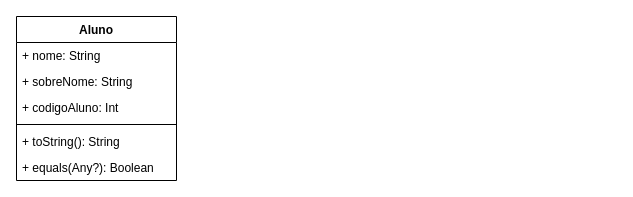
Earlier version of the draw.io diagram DesafioKotlinUML.drawio (mtrindade8/DesafioKotlin_DigitalHouseMobile). Source tidied: cells renumbered, new cells numbered last; positions are measured from the earlier drawing's top-left corner, leaving out a move shared by most shapes. Both pictures are drawn from the tidied source at 100%, with x=0, y=0 at pixel (16, 16).
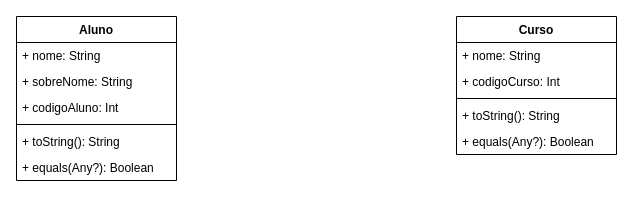
The same page after the edit.

Commit message (it also covers changes not shown here):
Inclusão da parte B

Diff of the diagram source:
```diff
@@
 <mxGraphModel>
   <root>
     <mxCell id="0" />
     <mxCell id="1" parent="0" />
     <mxCell id="2" value="Aluno" style="swimlane;fontStyle=1;align=center;verticalAlign=top;horizontal=1;startSize=26;" parent="1" vertex="1">
       <mxGeometry width="160" height="164" as="geometry" />
     </mxCell>
     <mxCell id="3" value="+ nome: String" style="text;strokeColor=none;fillColor=none;align=left;verticalAlign=top;spacingLeft=4;spacingRight=4;overflow=hidden;" parent="2" vertex="1">
       <mxGeometry y="26" width="160" height="26" as="geometry" />
     </mxCell>
     <mxCell id="4" value="+ sobreNome: String" style="text;strokeColor=none;fillColor=none;align=left;verticalAlign=top;spacingLeft=4;spacingRight=4;overflow=hidden;" parent="2" vertex="1">
       <mxGeometry y="52" width="160" height="26" as="geometry" />
     </mxCell>
     <mxCell id="5" value="+ codigoAluno: Int" style="text;strokeColor=none;fillColor=none;align=left;verticalAlign=top;spacingLeft=4;spacingRight=4;overflow=hidden;" parent="2" vertex="1">
       <mxGeometry y="78" width="160" height="26" as="geometry" />
     </mxCell>
     <mxCell id="6" style="line;strokeWidth=1;fillColor=none;align=left;verticalAlign=middle;spacingTop=-1;spacingLeft=3;spacingRight=3;labelPosition=right;" parent="2" vertex="1">
       <mxGeometry y="104" width="160" height="8" as="geometry" />
     </mxCell>
     <mxCell id="7" value="+ toString(): String" style="text;strokeColor=none;fillColor=none;align=left;verticalAlign=top;spacingLeft=4;spacingRight=4;overflow=hidden;" parent="2" vertex="1">
       <mxGeometry y="112" width="160" height="26" as="geometry" />
     </mxCell>
     <mxCell id="8" value="+ equals(Any?): Boolean" style="text;strokeColor=none;fillColor=none;align=left;verticalAlign=top;spacingLeft=4;spacingRight=4;overflow=hidden;" parent="2" vertex="1">
       <mxGeometry y="138" width="160" height="26" as="geometry" />
     </mxCell>
+    <mxCell id="9" value="Curso" style="swimlane;fontStyle=1;align=center;verticalAlign=top;horizontal=1;startSize=26;" parent="1" vertex="1">
+      <mxGeometry x="440" width="160" height="138" as="geometry" />
+    </mxCell>
+    <mxCell id="10" value="+ nome: String" style="text;strokeColor=none;fillColor=none;align=left;verticalAlign=top;spacingLeft=4;spacingRight=4;overflow=hidden;" parent="9" vertex="1">
+      <mxGeometry y="26" width="160" height="26" as="geometry" />
+    </mxCell>
+    <mxCell id="11" value="+ codigoCurso: Int" style="text;strokeColor=none;fillColor=none;align=left;verticalAlign=top;spacingLeft=4;spacingRight=4;overflow=hidden;" parent="9" vertex="1">
+      <mxGeometry y="52" width="160" height="26" as="geometry" />
+    </mxCell>
+    <mxCell id="12" style="line;strokeWidth=1;fillColor=none;align=left;verticalAlign=middle;spacingTop=-1;spacingLeft=3;spacingRight=3;labelPosition=right;" parent="9" vertex="1">
+      <mxGeometry y="78" width="160" height="8" as="geometry" />
+    </mxCell>
+    <mxCell id="13" value="+ toString(): String" style="text;strokeColor=none;fillColor=none;align=left;verticalAlign=top;spacingLeft=4;spacingRight=4;overflow=hidden;" parent="9" vertex="1">
+      <mxGeometry y="86" width="160" height="26" as="geometry" />
+    </mxCell>
+    <mxCell id="14" value="+ equals(Any?): Boolean" style="text;strokeColor=none;fillColor=none;align=left;verticalAlign=top;spacingLeft=4;spacingRight=4;overflow=hidden;" parent="9" vertex="1">
+      <mxGeometry y="112" width="160" height="26" as="geometry" />
+    </mxCell>
   </root>
 </mxGraphModel>
```
